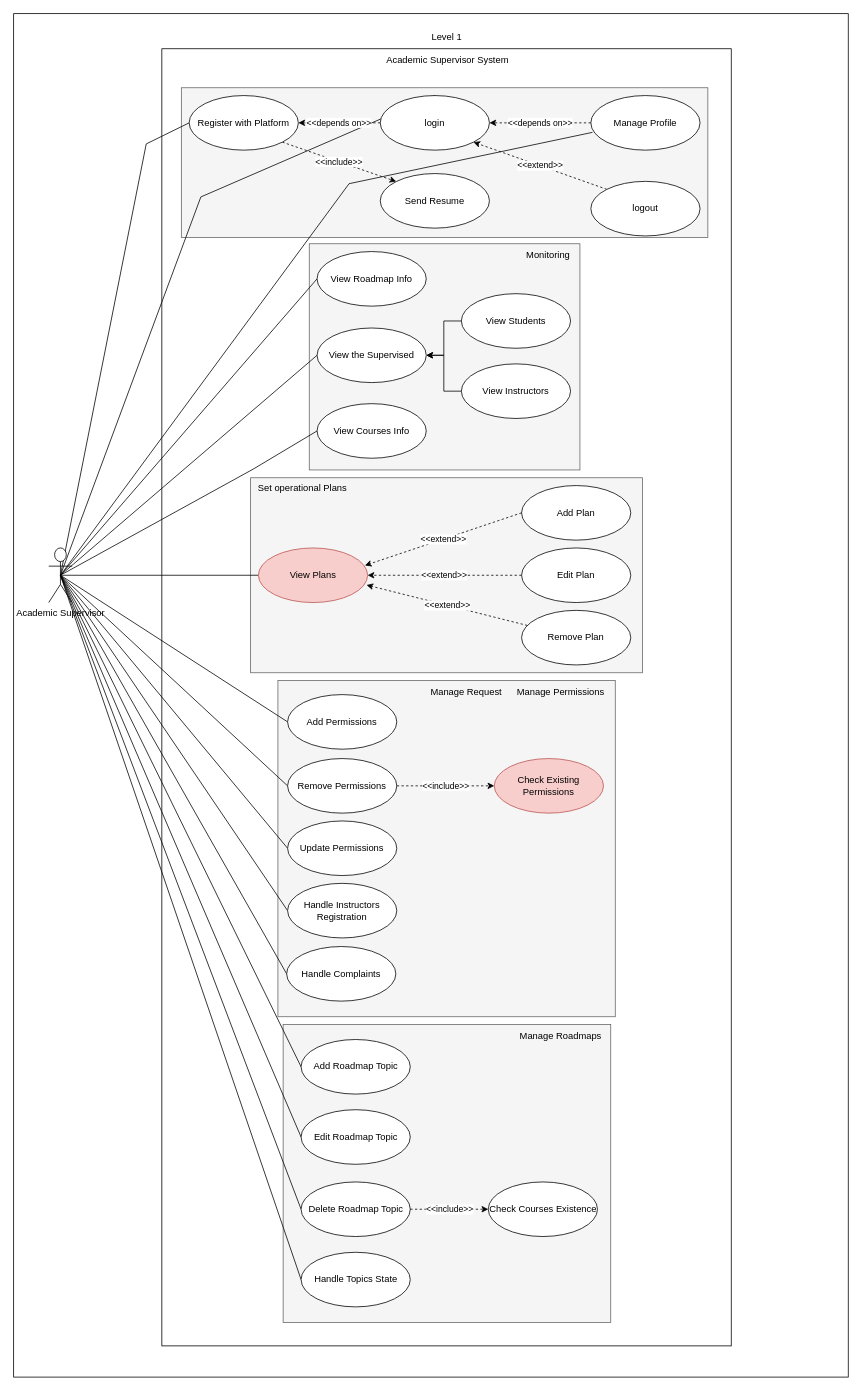
Earlier version of the draw.io diagram AcademicSupervisorsSystem.drawio (YAMANX8/UML). Source tidied: cells renumbered, new cells numbered last; positions are measured from the earlier drawing's top-left corner, leaving out a move shared by most shapes. Both pictures are drawn from the tidied source at 78%, with x=0, y=0 at pixel (13, 13).
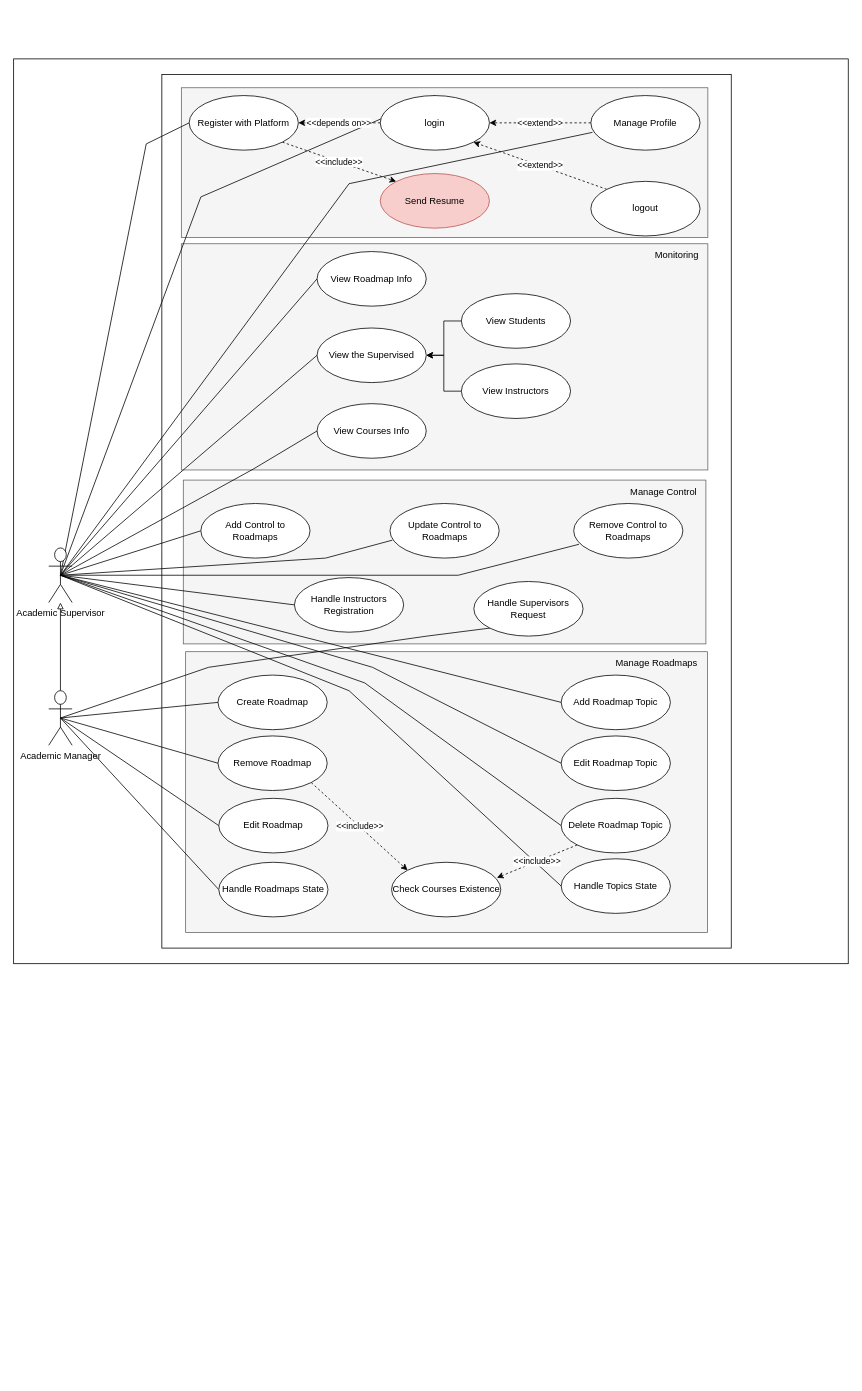
Above is the later version.

Unchanged cells that the change refers to:
```xml
<mxCell id="26" value="Academic Supervisor" style="shape=umlActor;verticalLabelPosition=bottom;verticalAlign=top;html=1;outlineConnect=0;" parent="1" vertex="1">
  <mxGeometry x="45" y="685" width="30" height="70" as="geometry" />
</mxCell>
<mxCell id="28" value="login" style="ellipse;whiteSpace=wrap;html=1;" parent="1" vertex="1">
  <mxGeometry x="470" y="105" width="140" height="70" as="geometry" />
</mxCell>
<mxCell id="30" value="Manage Profile" style="ellipse;whiteSpace=wrap;html=1;" parent="1" vertex="1">
  <mxGeometry x="740" y="105" width="140" height="70" as="geometry" />
</mxCell>
```

The edit, as a diff of the source:
```diff
@@
     <mxCell id="2" style="rounded=0;whiteSpace=wrap;html=1;" parent="1" vertex="1">
-      <mxGeometry width="1070" height="1748" as="geometry" />
+      <mxGeometry y="58" width="1070" height="1160" as="geometry" />
     </mxCell>
     <mxCell id="3" style="rounded=0;whiteSpace=wrap;html=1;" parent="1" vertex="1">
-      <mxGeometry x="190" y="45" width="730" height="1663" as="geometry" />
+      <mxGeometry x="190" y="78" width="730" height="1120" as="geometry" />
     </mxCell>
     <mxCell id="4" style="rounded=0;whiteSpace=wrap;html=1;fillColor=#f5f5f5;strokeColor=#666666;fontColor=#333333;" parent="1" vertex="1">
-      <mxGeometry x="345.5" y="1296" width="420" height="382" as="geometry" />
+      <mxGeometry x="220.5" y="818" width="669" height="360" as="geometry" />
     </mxCell>
-    <mxCell id="5" style="rounded=0;whiteSpace=wrap;html=1;fillColor=#f5f5f5;strokeColor=#666666;fontColor=#333333;" parent="1" vertex="1">
-      <mxGeometry x="303.8" y="595" width="502.5" height="250" as="geometry" />
-    </mxCell>
     <mxCell id="6" style="rounded=0;whiteSpace=wrap;html=1;fillColor=#f5f5f5;strokeColor=#666666;fontColor=#333333;" parent="1" vertex="1">
-      <mxGeometry x="379" y="295" width="347" height="290" as="geometry" />
+      <mxGeometry x="215" y="295" width="675" height="290" as="geometry" />
     </mxCell>
@@
     <mxCell id="8" style="rounded=0;whiteSpace=wrap;html=1;fillColor=#f5f5f5;strokeColor=#666666;fontColor=#333333;" parent="1" vertex="1">
-      <mxGeometry x="338.8" y="855" width="432.5" height="431" as="geometry" />
+      <mxGeometry x="217.5" y="598" width="670" height="210" as="geometry" />
     </mxCell>
-    <mxCell id="9" value="Academic Supervisor System" style="text;html=1;align=center;verticalAlign=middle;strokeColor=none;fillColor=none;" parent="1" vertex="1">
-      <mxGeometry x="468" y="47" width="175" height="26" as="geometry" />
-    </mxCell>
@@
-    <mxCell id="16" style="rounded=0;jettySize=auto;html=1;exitX=0.5;exitY=0.5;exitDx=0;exitDy=0;exitPerimeter=0;entryX=0;entryY=0.5;entryDx=0;entryDy=0;endArrow=none;endFill=0;" parent="1" edge="1" source="26" target="39">
-      <mxGeometry relative="1" as="geometry" />
+    <mxCell id="16" style="rounded=0;jettySize=auto;html=1;exitX=0.5;exitY=0.5;exitDx=0;exitDy=0;exitPerimeter=0;entryX=0.021;entryY=0.672;entryDx=0;entryDy=0;endArrow=none;endFill=0;entryPerimeter=0;" parent="1" edge="1" source="26" target="39">
+      <mxGeometry relative="1" as="geometry">
+        <Array as="points">
+          <mxPoint x="400" y="698" />
+        </Array>
+      </mxGeometry>
     </mxCell>
-    <mxCell id="17" style="rounded=0;jettySize=auto;html=1;exitX=0.5;exitY=0.5;exitDx=0;exitDy=0;exitPerimeter=0;entryX=0;entryY=0.5;entryDx=0;entryDy=0;endArrow=none;endFill=0;" parent="1" edge="1" source="26" target="40">
-      <mxGeometry relative="1" as="geometry" />
+    <mxCell id="17" style="rounded=0;jettySize=auto;html=1;exitX=0.5;exitY=0.5;exitDx=0;exitDy=0;exitPerimeter=0;entryX=0.049;entryY=0.747;entryDx=0;entryDy=0;endArrow=none;endFill=0;entryPerimeter=0;" parent="1" edge="1" source="26" target="40">
+      <mxGeometry relative="1" as="geometry">
+        <Array as="points">
+          <mxPoint x="570" y="720" />
+        </Array>
+      </mxGeometry>
     </mxCell>
-    <mxCell id="18" style="rounded=0;jettySize=auto;html=1;exitX=0.5;exitY=0.5;exitDx=0;exitDy=0;exitPerimeter=0;entryX=0;entryY=0.5;entryDx=0;entryDy=0;endArrow=none;endFill=0;" parent="1" edge="1" source="26" target="49">
-      <mxGeometry relative="1" as="geometry" />
-    </mxCell>
@@
     <mxCell id="20" style="rounded=0;jettySize=auto;html=1;exitX=0.5;exitY=0.5;exitDx=0;exitDy=0;exitPerimeter=0;entryX=0;entryY=0.5;entryDx=0;entryDy=0;endArrow=none;endFill=0;" parent="1" edge="1" source="26" target="64">
-      <mxGeometry relative="1" as="geometry" />
+      <mxGeometry relative="1" as="geometry">
+        <Array as="points">
+          <mxPoint x="460" y="838" />
+        </Array>
+      </mxGeometry>
     </mxCell>
     <mxCell id="21" style="rounded=0;jettySize=auto;html=1;exitX=0.5;exitY=0.5;exitDx=0;exitDy=0;exitPerimeter=0;entryX=0;entryY=0.5;entryDx=0;entryDy=0;endArrow=none;endFill=0;" parent="1" edge="1" source="26" target="63">
-      <mxGeometry relative="1" as="geometry" />
+      <mxGeometry relative="1" as="geometry">
+        <Array as="points">
+          <mxPoint x="450" y="858" />
+        </Array>
+      </mxGeometry>
     </mxCell>
@@
-    <mxCell id="23" style="rounded=0;jettySize=auto;html=1;exitX=0.5;exitY=0.5;exitDx=0;exitDy=0;exitPerimeter=0;entryX=0;entryY=0.5;entryDx=0;entryDy=0;endArrow=none;endFill=0;" parent="1" edge="1" source="26" target="45">
-      <mxGeometry relative="1" as="geometry" />
-    </mxCell>
     <mxCell id="24" style="rounded=0;jettySize=auto;html=1;exitX=0.5;exitY=0.5;exitDx=0;exitDy=0;exitPerimeter=0;entryX=0;entryY=0.5;entryDx=0;entryDy=0;endArrow=none;endFill=0;" parent="1" edge="1" source="26" target="68">
-      <mxGeometry relative="1" as="geometry" />
+      <mxGeometry relative="1" as="geometry">
+        <Array as="points">
+          <mxPoint x="430" y="868" />
+        </Array>
+      </mxGeometry>
     </mxCell>
@@
-    <mxCell id="29" value="&amp;lt;&amp;lt;depends on&amp;gt;&amp;gt;" style="edgeStyle=orthogonalEdgeStyle;rounded=0;jettySize=auto;html=1;dashed=1;" parent="1" edge="1" source="30" target="28">
+    <mxCell id="29" value="&amp;lt;&amp;lt;extend&amp;gt;&amp;gt;" style="edgeStyle=orthogonalEdgeStyle;rounded=0;jettySize=auto;html=1;dashed=1;" parent="1" edge="1" source="30" target="28">
       <mxGeometry relative="1" as="geometry" />
     </mxCell>
@@
-    <mxCell id="31" value="Level 1" style="text;html=1;align=center;verticalAlign=middle;strokeColor=none;fillColor=none;" parent="1" vertex="1">
-      <mxGeometry x="525" y="15" width="60" height="30" as="geometry" />
-    </mxCell>
@@
-    <mxCell id="34" value="&lt;span&gt;&lt;span&gt;Send Resume&lt;/span&gt;&lt;/span&gt;" style="ellipse;whiteSpace=wrap;html=1;" parent="1" vertex="1">
+    <mxCell id="34" value="&lt;span&gt;&lt;span&gt;Send Resume&lt;/span&gt;&lt;/span&gt;" style="ellipse;whiteSpace=wrap;html=1;fillColor=#f8cecc;strokeColor=#b85450;" parent="1" vertex="1">
       <mxGeometry x="470" y="205" width="140" height="70" as="geometry" />
     </mxCell>
@@
-    <mxCell id="37" value="Add Permissions" style="ellipse;whiteSpace=wrap;html=1;" parent="1" vertex="1">
-      <mxGeometry x="351.2" y="873" width="140" height="70" as="geometry" />
+    <mxCell id="37" value="Add Control to Roadmaps" style="ellipse;whiteSpace=wrap;html=1;" parent="1" vertex="1">
+      <mxGeometry x="240" y="628" width="140" height="70" as="geometry" />
     </mxCell>
-    <mxCell id="38" value="&amp;lt;&amp;lt;include&amp;gt;&amp;gt;" style="rounded=0;jettySize=auto;html=1;exitX=1;exitY=0.5;exitDx=0;exitDy=0;dashed=1;" parent="1" edge="1" source="39" target="41">
-      <mxGeometry relative="1" as="geometry" />
-    </mxCell>
-    <mxCell id="39" value="Remove Permissions" style="ellipse;whiteSpace=wrap;html=1;" parent="1" vertex="1">
-      <mxGeometry x="351.2" y="955" width="140" height="70" as="geometry" />
+    <mxCell id="39" value="Update Control to Roadmaps" style="ellipse;whiteSpace=wrap;html=1;" parent="1" vertex="1">
+      <mxGeometry x="482.5" y="628" width="140" height="70" as="geometry" />
     </mxCell>
-    <mxCell id="40" value="Update Permissions" style="ellipse;whiteSpace=wrap;html=1;" parent="1" vertex="1">
-      <mxGeometry x="351.2" y="1035" width="140" height="70" as="geometry" />
+    <mxCell id="40" value="Remove Control to Roadmaps" style="ellipse;whiteSpace=wrap;html=1;" parent="1" vertex="1">
+      <mxGeometry x="718" y="628" width="140" height="70" as="geometry" />
     </mxCell>
-    <mxCell id="41" value="Check Existing Permissions" style="ellipse;whiteSpace=wrap;html=1;fillColor=#f8cecc;strokeColor=#b85450;" parent="1" vertex="1">
-      <mxGeometry x="616.2" y="955" width="140" height="70" as="geometry" />
-    </mxCell>
-    <mxCell id="42" value="Manage Permissions" style="text;html=1;align=center;verticalAlign=middle;strokeColor=none;fillColor=none;" parent="1" vertex="1">
-      <mxGeometry x="631.2" y="855" width="140" height="30" as="geometry" />
+    <mxCell id="42" value="Manage Control" style="text;html=1;align=center;verticalAlign=middle;strokeColor=none;fillColor=none;" parent="1" vertex="1">
+      <mxGeometry x="777.5" y="598" width="110" height="30" as="geometry" />
     </mxCell>
-    <mxCell id="43" value="Manage Request" style="text;html=1;align=center;verticalAlign=middle;strokeColor=none;fillColor=none;" parent="1" vertex="1">
-      <mxGeometry x="525" y="855" width="110" height="30" as="geometry" />
-    </mxCell>
     <mxCell id="44" value="Handle Instructors Registration" style="ellipse;whiteSpace=wrap;html=1;" parent="1" vertex="1">
-      <mxGeometry x="351.2" y="1115" width="140" height="70" as="geometry" />
+      <mxGeometry x="360" y="723" width="140" height="70" as="geometry" />
     </mxCell>
-    <mxCell id="45" value="Handle Complaints" style="ellipse;whiteSpace=wrap;html=1;" parent="1" vertex="1">
-      <mxGeometry x="350" y="1196" width="140" height="70" as="geometry" />
-    </mxCell>
-    <mxCell id="46" value="Add Plan" style="ellipse;whiteSpace=wrap;html=1;" parent="1" vertex="1">
-      <mxGeometry x="651.2" y="605" width="140" height="70" as="geometry" />
-    </mxCell>
-    <mxCell id="47" value="Edit Plan" style="ellipse;whiteSpace=wrap;html=1;" parent="1" vertex="1">
-      <mxGeometry x="651.2" y="685" width="140" height="70" as="geometry" />
-    </mxCell>
-    <mxCell id="48" value="Remove Plan" style="ellipse;whiteSpace=wrap;html=1;" parent="1" vertex="1">
-      <mxGeometry x="651.2" y="765" width="140" height="70" as="geometry" />
-    </mxCell>
-    <mxCell id="49" value="View Plans" style="ellipse;whiteSpace=wrap;html=1;fillColor=#f8cecc;strokeColor=#b85450;" parent="1" vertex="1">
-      <mxGeometry x="313.8" y="685" width="140" height="70" as="geometry" />
-    </mxCell>
-    <mxCell id="50" value="Set&amp;nbsp;operational Plans" style="text;html=1;align=center;verticalAlign=middle;strokeColor=none;fillColor=none;" parent="1" vertex="1">
-      <mxGeometry x="303.8" y="595" width="132" height="26" as="geometry" />
-    </mxCell>
-    <mxCell id="51" value="&amp;lt;&amp;lt;extend&amp;gt;&amp;gt;" style="rounded=0;jettySize=auto;html=1;exitX=0;exitY=0.5;exitDx=0;exitDy=0;entryX=0.975;entryY=0.321;entryDx=0;entryDy=0;dashed=1;entryPerimeter=0;" parent="1" edge="1" source="46" target="49">
-      <mxGeometry relative="1" as="geometry" />
-    </mxCell>
-    <mxCell id="52" value="&amp;lt;&amp;lt;extend&amp;gt;&amp;gt;" style="rounded=0;jettySize=auto;html=1;exitX=0;exitY=0.5;exitDx=0;exitDy=0;entryX=1;entryY=0.5;entryDx=0;entryDy=0;dashed=1;" parent="1" edge="1" source="47" target="49">
-      <mxGeometry relative="1" as="geometry" />
-    </mxCell>
-    <mxCell id="53" value="&amp;lt;&amp;lt;extend&amp;gt;&amp;gt;" style="rounded=0;jettySize=auto;html=1;entryX=0.99;entryY=0.679;entryDx=0;entryDy=0;dashed=1;entryPerimeter=0;" parent="1" edge="1" source="48" target="49">
-      <mxGeometry relative="1" as="geometry" />
-    </mxCell>
@@
     <mxCell id="56" value="Monitoring" style="text;html=1;align=center;verticalAlign=middle;strokeColor=none;fillColor=none;" parent="1" vertex="1">
-      <mxGeometry x="645.2" y="295" width="80" height="30" as="geometry" />
+      <mxGeometry x="810" y="295" width="80" height="30" as="geometry" />
     </mxCell>
@@
     <mxCell id="62" value="Add Roadmap Topic" style="ellipse;whiteSpace=wrap;html=1;" parent="1" vertex="1">
-      <mxGeometry x="368.5" y="1315.2" width="140" height="70" as="geometry" />
+      <mxGeometry x="702" y="848" width="140" height="70" as="geometry" />
     </mxCell>
     <mxCell id="63" value="Delete Roadmap Topic" style="ellipse;whiteSpace=wrap;html=1;" parent="1" vertex="1">
-      <mxGeometry x="368.5" y="1497.8" width="140" height="70" as="geometry" />
+      <mxGeometry x="702" y="1006" width="140" height="70" as="geometry" />
     </mxCell>
     <mxCell id="64" value="Edit Roadmap Topic" style="ellipse;whiteSpace=wrap;html=1;" parent="1" vertex="1">
-      <mxGeometry x="368.5" y="1405.2" width="140" height="70" as="geometry" />
+      <mxGeometry x="702" y="926" width="140" height="70" as="geometry" />
     </mxCell>
     <mxCell id="65" value="Check Courses Existence" style="ellipse;whiteSpace=wrap;html=1;" parent="1" vertex="1">
-      <mxGeometry x="608.5" y="1497.8" width="140" height="70" as="geometry" />
+      <mxGeometry x="484.5" y="1088" width="140" height="70" as="geometry" />
     </mxCell>
     <mxCell id="66" value="Manage Roadmaps" style="text;html=1;align=center;verticalAlign=middle;strokeColor=none;fillColor=none;" parent="1" vertex="1">
-      <mxGeometry x="635.5" y="1296" width="130" height="30" as="geometry" />
+      <mxGeometry x="758.8" y="818" width="130" height="30" as="geometry" />
     </mxCell>
-    <mxCell id="67" value="&amp;lt;&amp;lt;include&amp;gt;&amp;gt;" style="rounded=0;jettySize=auto;html=1;exitX=1;exitY=0.5;exitDx=0;exitDy=0;entryX=0;entryY=0.5;entryDx=0;entryDy=0;dashed=1;" parent="1" edge="1" source="63" target="65">
+    <mxCell id="67" value="&amp;lt;&amp;lt;include&amp;gt;&amp;gt;" style="rounded=0;jettySize=auto;html=1;exitX=0;exitY=1;exitDx=0;exitDy=0;entryX=0.965;entryY=0.283;entryDx=0;entryDy=0;dashed=1;entryPerimeter=0;" parent="1" edge="1" source="63" target="65">
       <mxGeometry relative="1" as="geometry" />
     </mxCell>
     <mxCell id="68" value="Handle Topics State" style="ellipse;whiteSpace=wrap;html=1;" parent="1" vertex="1">
-      <mxGeometry x="368.5" y="1588" width="140" height="70" as="geometry" />
+      <mxGeometry x="702" y="1083.5" width="140" height="70" as="geometry" />
     </mxCell>
+    <mxCell id="69" style="edgeStyle=orthogonalEdgeStyle;rounded=0;jettySize=auto;html=1;exitX=0.5;exitY=0;exitDx=0;exitDy=0;exitPerimeter=0;endArrow=block;endFill=0;" parent="1" edge="1" source="75" target="26">
+      <mxGeometry relative="1" as="geometry" />
+    </mxCell>
+    <mxCell id="70" style="rounded=0;jettySize=auto;html=1;exitX=0.5;exitY=0.5;exitDx=0;exitDy=0;exitPerimeter=0;entryX=0;entryY=1;entryDx=0;entryDy=0;endArrow=none;endFill=0;" parent="1" edge="1" source="75" target="76">
+      <mxGeometry relative="1" as="geometry">
+        <Array as="points">
+          <mxPoint x="250" y="838" />
+          <mxPoint x="530" y="798" />
+        </Array>
+      </mxGeometry>
+    </mxCell>
+    <mxCell id="71" style="rounded=0;jettySize=auto;html=1;exitX=0.5;exitY=0.5;exitDx=0;exitDy=0;exitPerimeter=0;entryX=0;entryY=0.5;entryDx=0;entryDy=0;endArrow=none;endFill=0;" parent="1" edge="1" source="75" target="77">
+      <mxGeometry relative="1" as="geometry" />
+    </mxCell>
+    <mxCell id="72" style="rounded=0;jettySize=auto;html=1;exitX=0.5;exitY=0.5;exitDx=0;exitDy=0;exitPerimeter=0;entryX=0;entryY=0.5;entryDx=0;entryDy=0;endArrow=none;endFill=0;" parent="1" edge="1" source="75" target="78">
+      <mxGeometry relative="1" as="geometry" />
+    </mxCell>
+    <mxCell id="73" style="rounded=0;jettySize=auto;html=1;exitX=0.5;exitY=0.5;exitDx=0;exitDy=0;exitPerimeter=0;entryX=0;entryY=0.5;entryDx=0;entryDy=0;endArrow=none;endFill=0;" parent="1" edge="1" source="75" target="79">
+      <mxGeometry relative="1" as="geometry" />
+    </mxCell>
+    <mxCell id="74" style="rounded=0;jettySize=auto;html=1;exitX=0.5;exitY=0.5;exitDx=0;exitDy=0;exitPerimeter=0;entryX=0;entryY=0.5;entryDx=0;entryDy=0;endArrow=none;endFill=0;" parent="1" edge="1" source="75" target="80">
+      <mxGeometry relative="1" as="geometry" />
+    </mxCell>
+    <mxCell id="75" value="Academic Manager" style="shape=umlActor;verticalLabelPosition=bottom;verticalAlign=top;html=1;outlineConnect=0;" parent="1" vertex="1">
+      <mxGeometry x="45" y="868" width="30" height="70" as="geometry" />
+    </mxCell>
+    <mxCell id="76" value="Handle Supervisors Request" style="ellipse;whiteSpace=wrap;html=1;" parent="1" vertex="1">
+      <mxGeometry x="590" y="728" width="140" height="70" as="geometry" />
+    </mxCell>
+    <mxCell id="77" value="Create Roadmap" style="ellipse;whiteSpace=wrap;html=1;" parent="1" vertex="1">
+      <mxGeometry x="262" y="848" width="140" height="70" as="geometry" />
+    </mxCell>
+    <mxCell id="38" value="&amp;lt;&amp;lt;include&amp;gt;&amp;gt;" style="rounded=0;jettySize=auto;html=1;exitX=1;exitY=1;exitDx=0;exitDy=0;entryX=0;entryY=0;entryDx=0;entryDy=0;dashed=1;" parent="1" edge="1" source="78" target="65">
+      <mxGeometry relative="1" as="geometry" />
+    </mxCell>
+    <mxCell id="78" value="Remove Roadmap" style="ellipse;whiteSpace=wrap;html=1;" parent="1" vertex="1">
+      <mxGeometry x="262" y="926" width="140" height="70" as="geometry" />
+    </mxCell>
+    <mxCell id="79" value="Edit Roadmap" style="ellipse;whiteSpace=wrap;html=1;" parent="1" vertex="1">
+      <mxGeometry x="263" y="1006" width="140" height="70" as="geometry" />
+    </mxCell>
+    <mxCell id="80" value="Handle Roadmaps State" style="ellipse;whiteSpace=wrap;html=1;" parent="1" vertex="1">
+      <mxGeometry x="263" y="1088" width="140" height="70" as="geometry" />
+    </mxCell>
```
